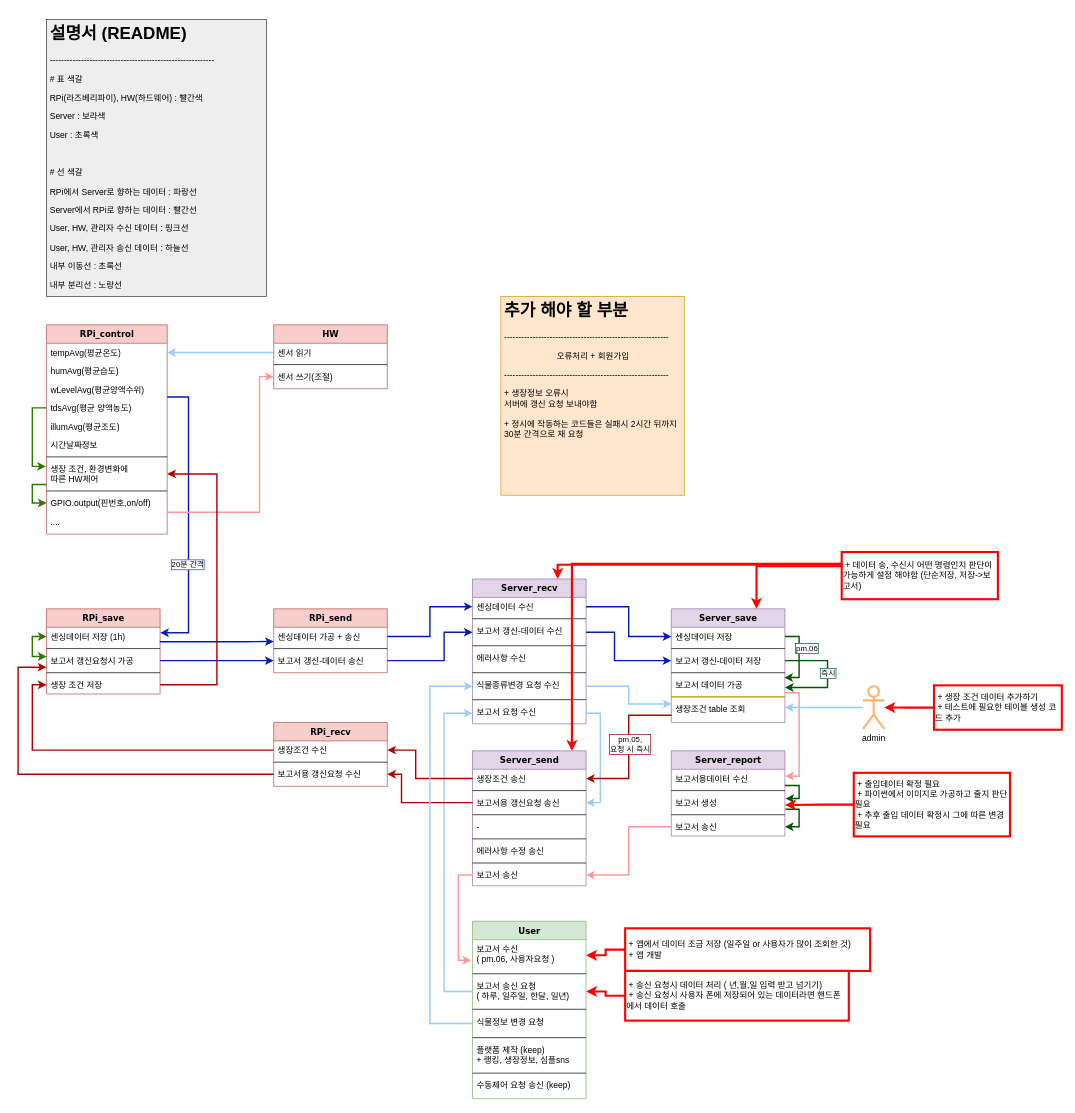
The draw.io diagram blueprint/main_design.drawio in HyeonJi-P/mini_pot, before the edit. Source tidied: cells renumbered, new cells numbered last; positions are measured from the earlier drawing's top-left corner, leaving out a move shared by most shapes. Both pictures are drawn from the tidied source at 71%, with x=0, y=0 at pixel (18, 19).
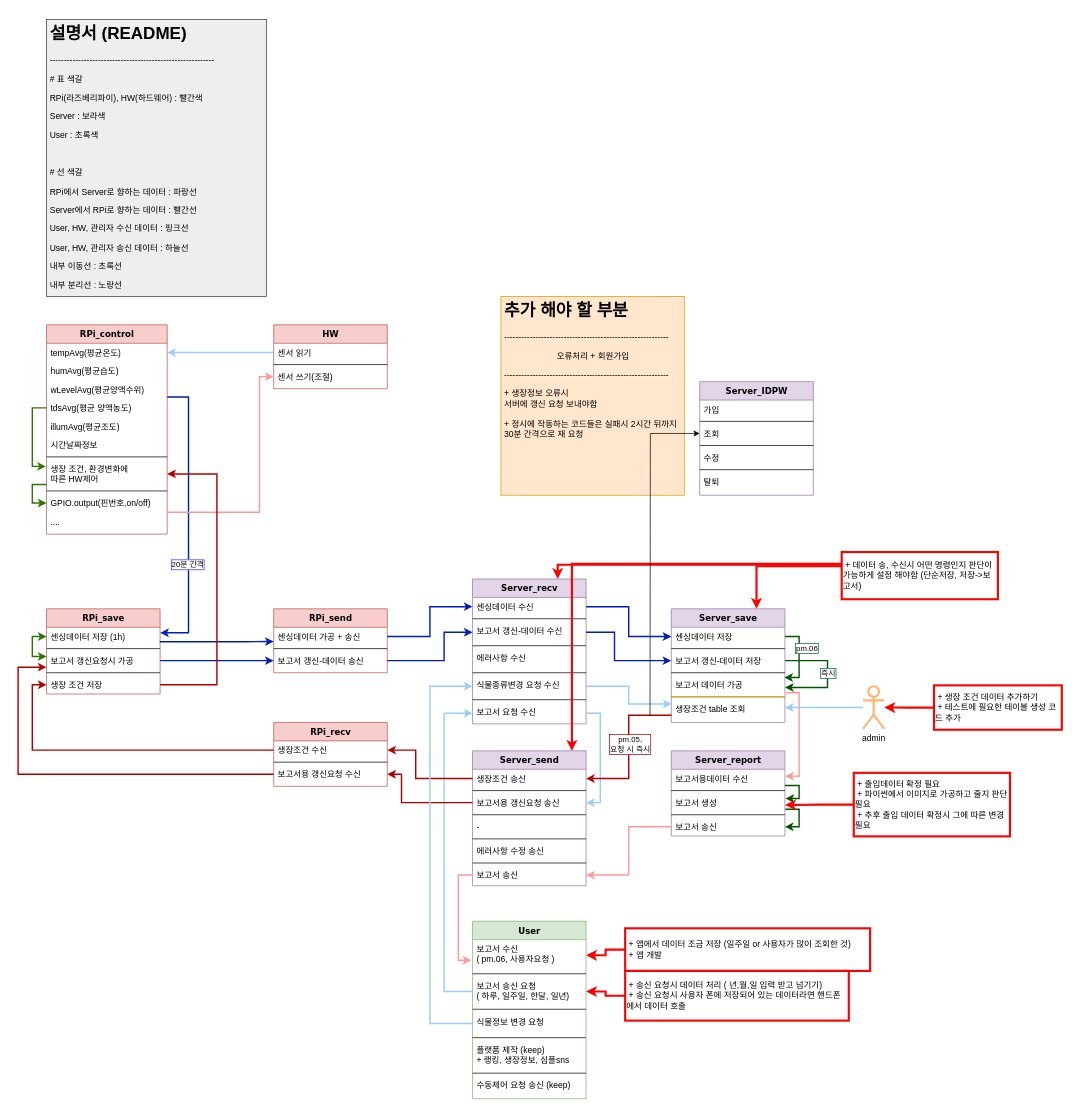
The same page after the edit.

Commit message (it also covers changes not shown here):
server_main 설계중

Diff of the diagram source:
```diff
@@
+    <mxCell id="125" value="Server_IDPW" style="swimlane;html=1;fontStyle=1;align=center;verticalAlign=top;horizontal=1;startSize=26;swimlaneFillColor=#ffffff;rounded=0;shadow=0;comic=0;labelBackgroundColor=none;strokeWidth=1;fillColor=#e1d5e7;fontFamily=Verdana;fontSize=12;strokeColor=#9673a6;" parent="1" vertex="1">
+      <mxGeometry x="960" y="510" width="160" height="160" as="geometry" />
+    </mxCell>
+    <mxCell id="126" value="가입" style="text;html=1;strokeColor=none;fillColor=none;align=left;verticalAlign=top;spacingLeft=4;spacingRight=4;whiteSpace=wrap;overflow=hidden;" parent="125" vertex="1">
+      <mxGeometry y="26" width="160" height="26" as="geometry" />
+    </mxCell>
+    <mxCell id="127" style="line;html=1;strokeWidth=1;fillColor=none;align=left;verticalAlign=middle;spacingTop=-1;spacingLeft=3;spacingRight=3;labelPosition=right;" parent="125" vertex="1">
+      <mxGeometry y="52" width="160" height="8" as="geometry" />
+    </mxCell>
+    <mxCell id="128" value="조회" style="text;html=1;strokeColor=none;fillColor=none;align=left;verticalAlign=top;spacingLeft=4;spacingRight=4;whiteSpace=wrap;overflow=hidden;points=[[0,0.5],[1,0.5]];portConstraint=eastwest;" parent="125" vertex="1">
+      <mxGeometry y="60" width="160" height="26" as="geometry" />
+    </mxCell>
+    <mxCell id="129" style="line;html=1;strokeWidth=1;fillColor=none;align=left;verticalAlign=middle;spacingTop=-1;spacingLeft=3;spacingRight=3;labelPosition=right;" parent="125" vertex="1">
+      <mxGeometry y="86" width="160" height="8" as="geometry" />
+    </mxCell>
+    <mxCell id="130" value="수정" style="text;html=1;strokeColor=none;fillColor=none;align=left;verticalAlign=top;spacingLeft=4;spacingRight=4;whiteSpace=wrap;overflow=hidden;" parent="125" vertex="1">
+      <mxGeometry y="94" width="160" height="26" as="geometry" />
+    </mxCell>
+    <mxCell id="131" style="line;html=1;strokeWidth=1;fillColor=none;align=left;verticalAlign=middle;spacingTop=-1;spacingLeft=3;spacingRight=3;labelPosition=right;" parent="125" vertex="1">
+      <mxGeometry y="120" width="160" height="8" as="geometry" />
+    </mxCell>
+    <mxCell id="132" value="탈퇴" style="text;html=1;strokeColor=none;fillColor=none;align=left;verticalAlign=top;spacingLeft=4;spacingRight=4;whiteSpace=wrap;overflow=hidden;" parent="125" vertex="1">
+      <mxGeometry y="128" width="160" height="22" as="geometry" />
+    </mxCell>
+    <mxCell id="133" style="edgeStyle=orthogonalEdgeStyle;rounded=0;jettySize=auto;html=1;entryX=0;entryY=0.5;entryDx=0;entryDy=0;" parent="1" edge="1" target="128">
+      <mxGeometry relative="1" as="geometry">
+        <mxPoint x="890" y="980" as="sourcePoint" />
+      </mxGeometry>
+    </mxCell>
```
